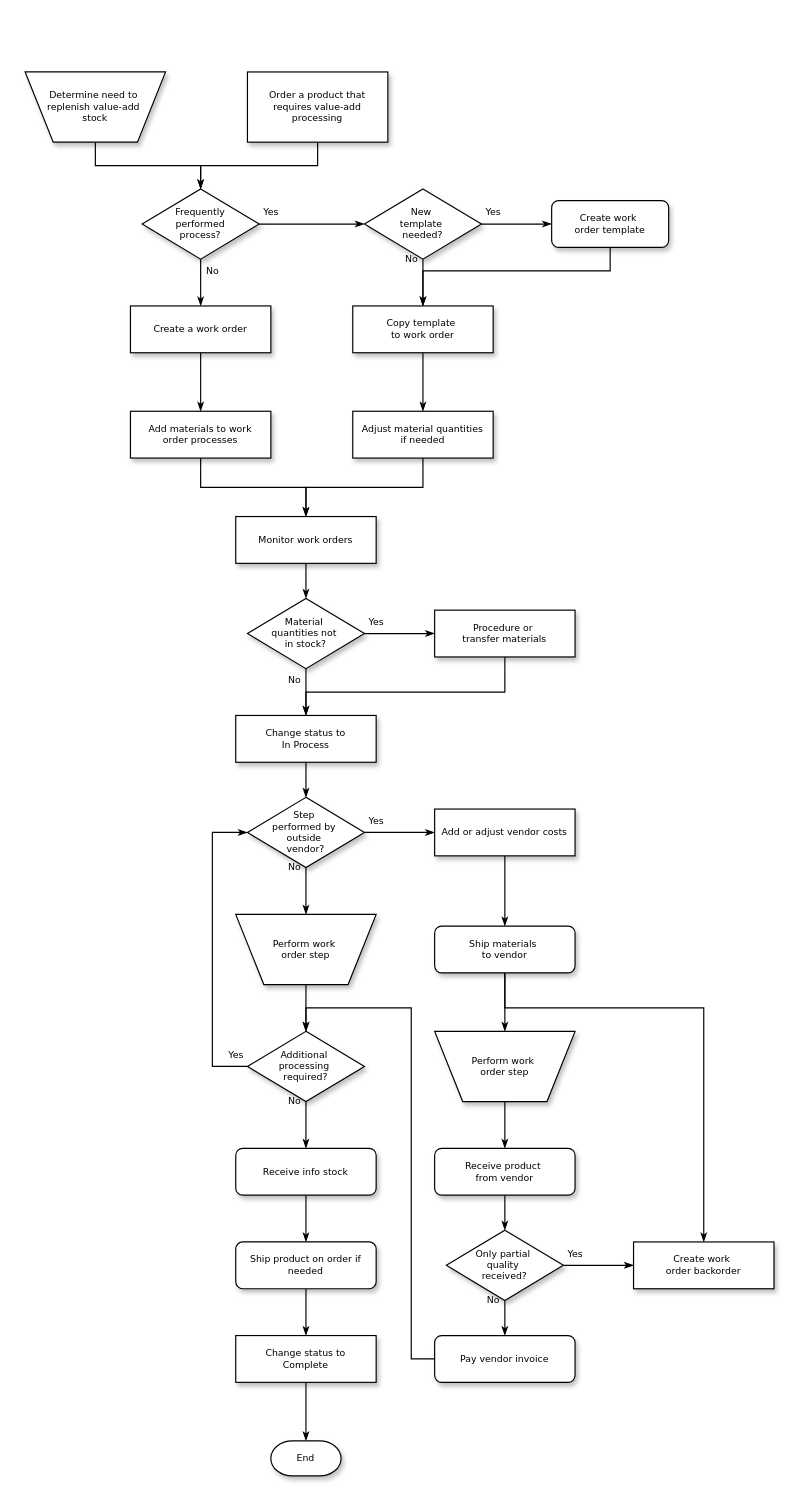
Above: Untitled Diagram.drawio in RenchChua/beestbotnai (draw.io), before the change. Source tidied: cells renumbered, new cells numbered last; positions are measured from the earlier drawing's top-left corner, leaving out a move shared by most shapes. Both pictures are drawn from the tidied source at 117%, with x=0, y=0 at pixel (25, 71).
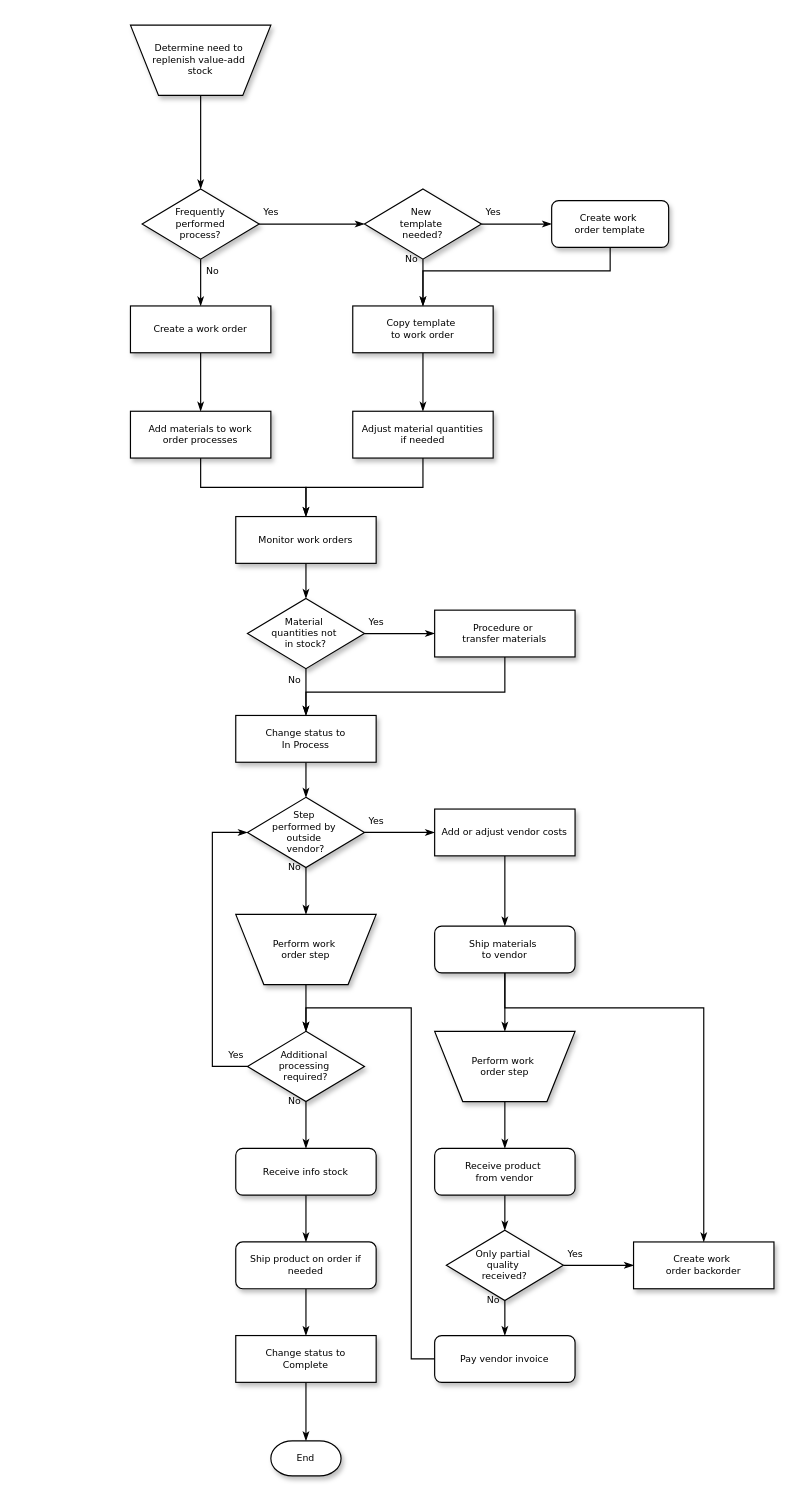
The same page after the edit.

The change refers to these unchanged cells:
```xml
<mxCell id="8" value="Frequently&lt;div&gt;performed&lt;/div&gt;&lt;div&gt;process?&lt;/div&gt;" style="rhombus;whiteSpace=wrap;html=1;rounded=0;shadow=1;labelBackgroundColor=none;strokeColor=#000000;strokeWidth=1;fillColor=#ffffff;fontFamily=Verdana;fontSize=8;fontColor=#000000;align=center;" parent="1" vertex="1">
  <mxGeometry x="100" y="100" width="100" height="60" as="geometry" />
</mxCell>
```

The edit, as a diff of the source:
```diff
@@
     <mxCell id="3" value="Determine need to&amp;nbsp;&lt;div&gt;replenish value-add&amp;nbsp;&lt;/div&gt;&lt;div&gt;stock&lt;/div&gt;" style="shape=trapezoid;whiteSpace=wrap;html=1;rounded=0;shadow=1;labelBackgroundColor=none;strokeColor=#000000;strokeWidth=1;fillColor=#ffffff;fontFamily=Verdana;fontSize=8;fontColor=#000000;align=center;flipV=1;" parent="1" vertex="1">
-      <mxGeometry width="120" height="60" as="geometry" />
+      <mxGeometry x="90" y="-40" width="120" height="60" as="geometry" />
     </mxCell>
-    <mxCell id="4" style="edgeStyle=orthogonalEdgeStyle;rounded=0;html=1;labelBackgroundColor=none;startSize=5;endArrow=classicThin;endFill=1;endSize=5;jettySize=auto;strokeColor=#000000;strokeWidth=1;fontFamily=Verdana;fontSize=8;fontColor=#000000;" parent="1" edge="1" source="5" target="8">
-      <mxGeometry relative="1" as="geometry" />
-    </mxCell>
-    <mxCell id="5" value="Order a product that&lt;div&gt;requires value-add processing&lt;/div&gt;" style="rounded=0;whiteSpace=wrap;html=1;shadow=1;labelBackgroundColor=none;strokeColor=#000000;strokeWidth=1;fillColor=#ffffff;fontFamily=Verdana;fontSize=8;fontColor=#000000;align=center;" parent="1" vertex="1">
-      <mxGeometry x="190" width="120" height="60" as="geometry" />
-    </mxCell>
```
